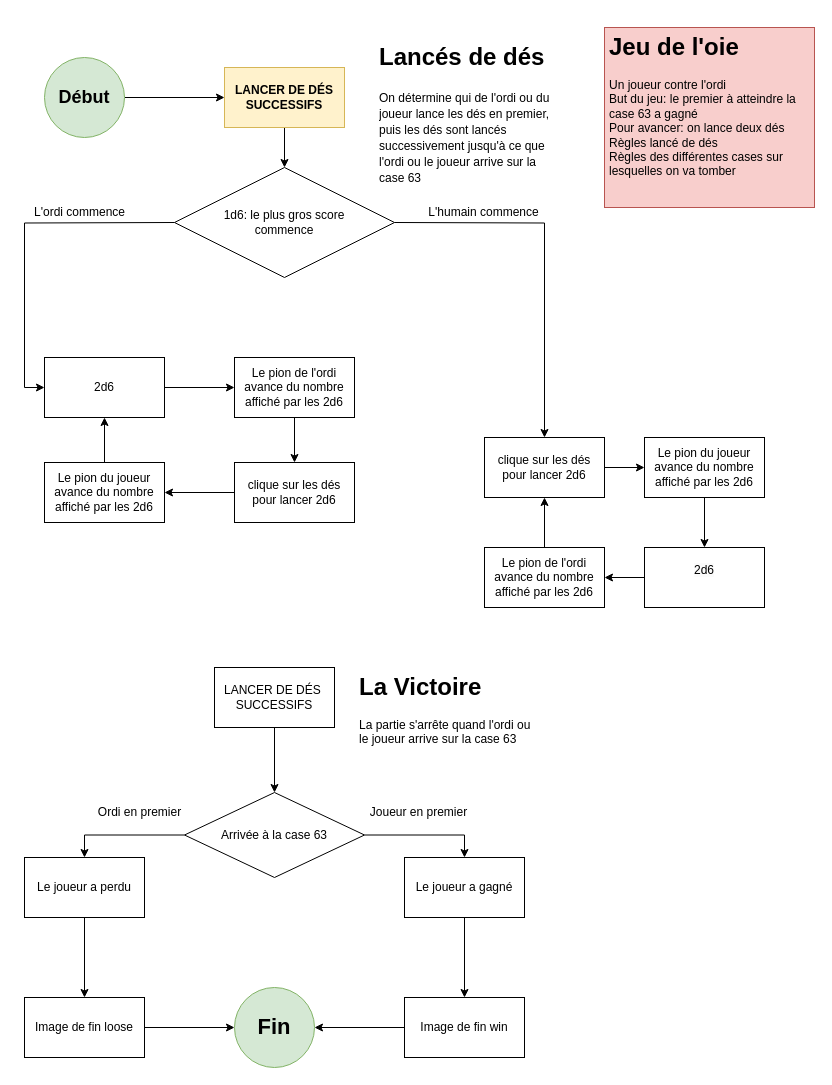
This is page "Règles globales" (1 of 6) of KotopouloTheBoardGame.drawio from MartineJA/KotopouloBoardGame, a draw.io file, before an edit. Source tidied: cells renumbered, new cells numbered last; positions are measured from the earlier drawing's top-left corner, leaving out a move shared by most shapes. Both pictures are drawn from the tidied source at 100%, with x=0, y=0 at pixel (24, 27).
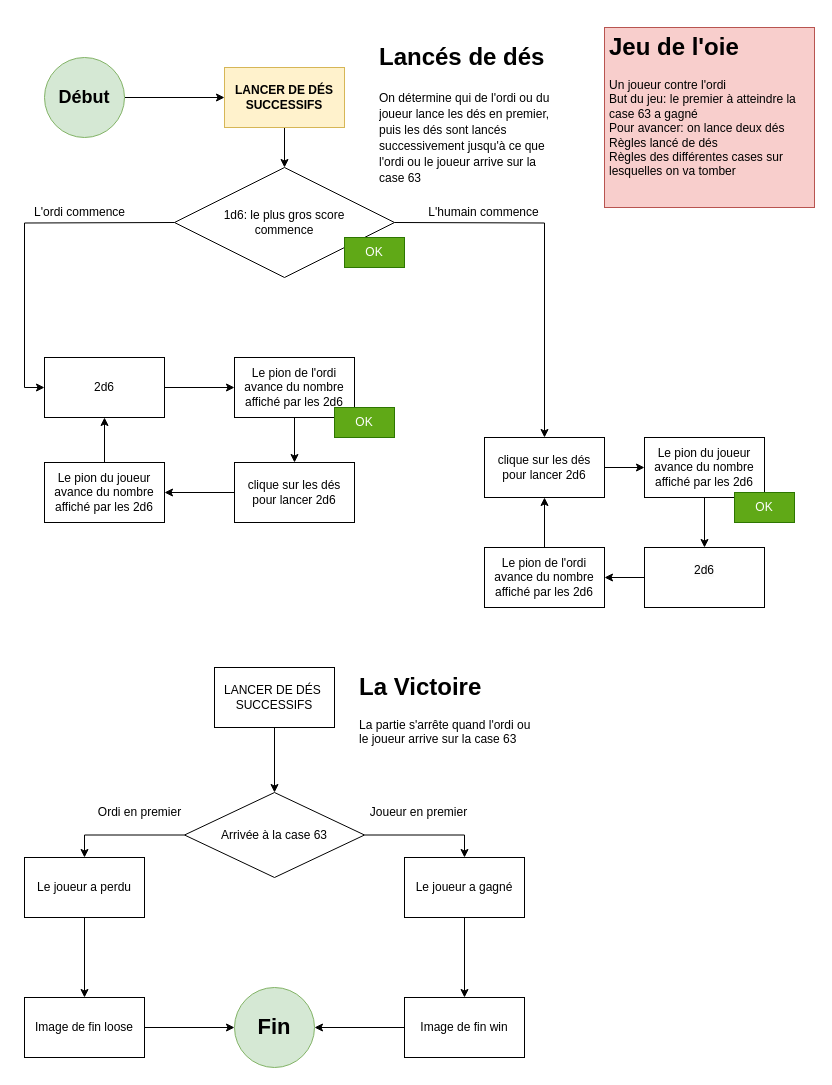
Above is the later version.

The edit, as a diff of the source:
```diff
@@
+    <mxCell id="46" value="OK" style="text;html=1;strokeColor=#2D7600;fillColor=#60a917;align=center;verticalAlign=middle;whiteSpace=wrap;rounded=0;fontColor=#ffffff;" parent="1" vertex="1">
+      <mxGeometry x="320" y="210" width="60" height="30" as="geometry" />
+    </mxCell>
+    <mxCell id="47" value="OK" style="text;html=1;strokeColor=#2D7600;fillColor=#60a917;align=center;verticalAlign=middle;whiteSpace=wrap;rounded=0;fontColor=#ffffff;" parent="1" vertex="1">
+      <mxGeometry x="310" y="380" width="60" height="30" as="geometry" />
+    </mxCell>
+    <mxCell id="48" value="OK" style="text;html=1;strokeColor=#2D7600;fillColor=#60a917;align=center;verticalAlign=middle;whiteSpace=wrap;rounded=0;fontColor=#ffffff;" parent="1" vertex="1">
+      <mxGeometry x="710" y="465" width="60" height="30" as="geometry" />
+    </mxCell>
```
